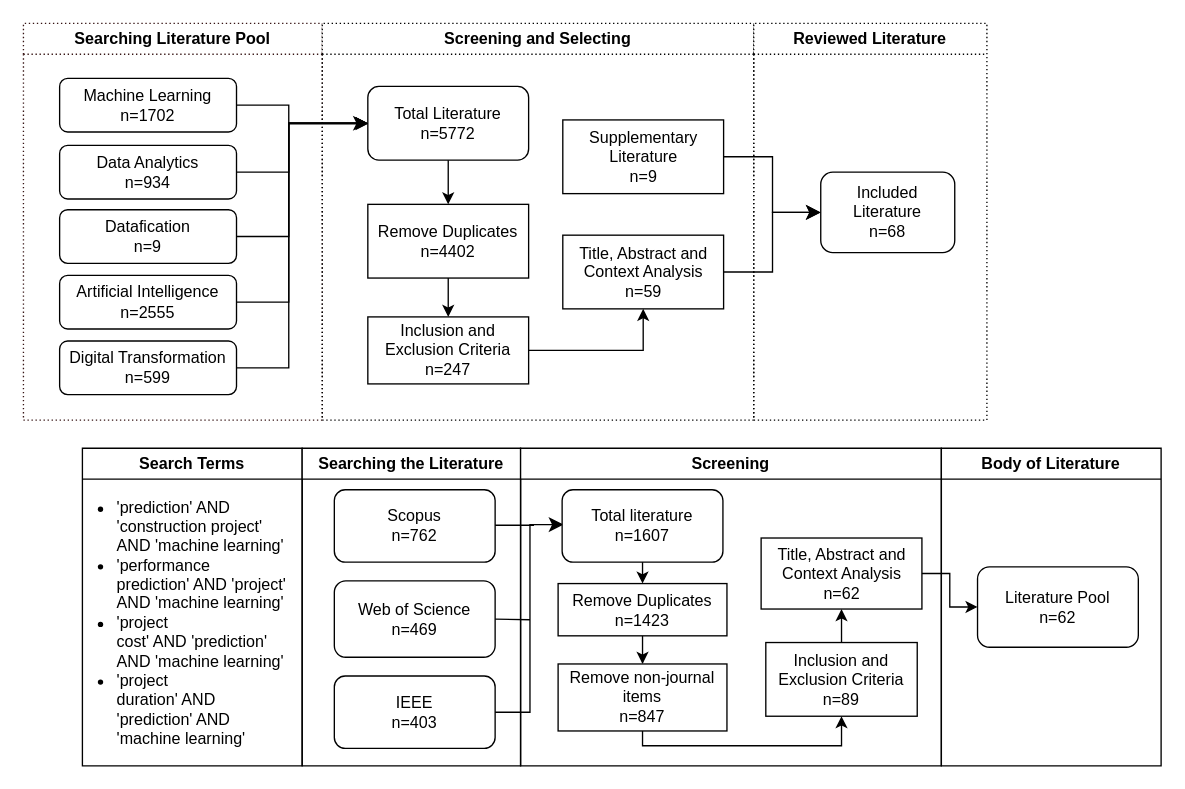
Earlier version of the draw.io diagram page "Page-1" (1 of 2) of literature process.drawio (datou7119/Figures). Source tidied: cells renumbered, new cells numbered last; positions are measured from the earlier drawing's top-left corner, leaving out a move shared by most shapes. Both pictures are drawn from the tidied source at 134%, with x=0, y=0 at pixel (23, 23).
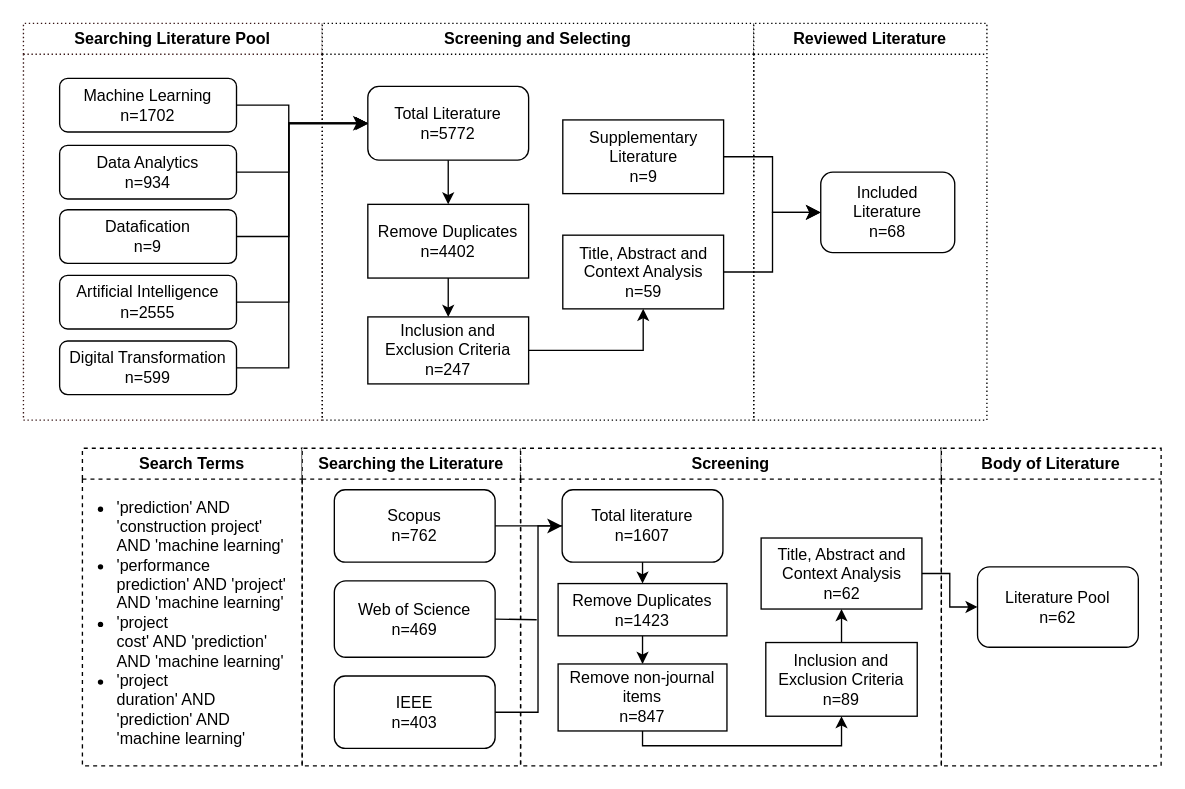
Above is the later version.

Unchanged cells that the change refers to:
```xml
<mxCell id="5" value="IEEE&lt;br&gt;n=403" style="rounded=1;whiteSpace=wrap;html=1;" parent="4" vertex="1">
  <mxGeometry x="24" y="170" width="120" height="54" as="geometry" />
</mxCell>
<mxCell id="6" value="Web of Science&lt;br&gt;n=469" style="rounded=1;whiteSpace=wrap;html=1;" parent="4" vertex="1">
  <mxGeometry x="24" y="99" width="120" height="57" as="geometry" />
</mxCell>
<mxCell id="7" value="Scopus&lt;br&gt;n=762" style="rounded=1;whiteSpace=wrap;html=1;" parent="4" vertex="1">
  <mxGeometry x="24" y="31" width="120" height="54" as="geometry" />
</mxCell>
<mxCell id="12" value="Total literature&lt;br&gt;n=1607" style="rounded=1;whiteSpace=wrap;html=1;" parent="10" vertex="1">
  <mxGeometry x="31" y="31" width="120" height="54" as="geometry" />
</mxCell>
```

Change to the diagram source:
```diff
@@
-    <mxCell id="2" value="Search Terms" style="swimlane;whiteSpace=wrap;html=1;" parent="1" vertex="1">
+    <mxCell id="2" value="Search Terms" style="swimlane;whiteSpace=wrap;html=1;dashed=1;" parent="1" vertex="1">
       <mxGeometry x="44" y="317" width="164" height="237" as="geometry" />
     </mxCell>
@@
-    <mxCell id="4" value="Searching the Literature" style="swimlane;whiteSpace=wrap;html=1;startSize=23;" parent="1" vertex="1">
+    <mxCell id="4" value="Searching the Literature" style="swimlane;whiteSpace=wrap;html=1;startSize=23;dashed=1;" parent="1" vertex="1">
       <mxGeometry x="208" y="317" width="163" height="237" as="geometry" />
     </mxCell>
@@
-    <mxCell id="8" style="edgeStyle=elbowEdgeStyle;elbow=horizontal;endArrow=classic;html=1;curved=0;rounded=0;endSize=8;startSize=8;exitX=1;exitY=0.5;exitDx=0;exitDy=0;" parent="4" edge="1" source="5">
-      <mxGeometry relative="1" as="geometry">
-        <mxPoint x="195" y="57" as="targetPoint" />
-      </mxGeometry>
-    </mxCell>
-    <mxCell id="9" style="endArrow=none;html=1;rounded=0;exitX=1;exitY=0.5;exitDx=0;exitDy=0;" parent="4" edge="1">
-      <mxGeometry relative="1" as="geometry">
-        <mxPoint x="144" y="57.5" as="sourcePoint" />
-        <mxPoint x="173" y="57.5" as="targetPoint" />
-      </mxGeometry>
-    </mxCell>
-    <mxCell id="10" value="Screening" style="swimlane;whiteSpace=wrap;html=1;" parent="1" vertex="1">
+    <mxCell id="10" value="Screening" style="swimlane;whiteSpace=wrap;html=1;dashed=1;" parent="1" vertex="1">
       <mxGeometry x="371" y="317" width="314" height="237" as="geometry" />
     </mxCell>
     <mxCell id="11" style="endArrow=none;html=1;rounded=0;exitX=1;exitY=0.5;exitDx=0;exitDy=0;" parent="10" edge="1" source="6">
       <mxGeometry relative="1" as="geometry">
-        <mxPoint x="7" y="128" as="targetPoint" />
+        <mxPoint x="12" y="128" as="targetPoint" />
       </mxGeometry>
     </mxCell>
@@
-    <mxCell id="21" value="Body of Literature" style="swimlane;whiteSpace=wrap;html=1;" parent="1" vertex="1">
+    <mxCell id="21" value="Body of Literature" style="swimlane;whiteSpace=wrap;html=1;dashed=1;" parent="1" vertex="1">
       <mxGeometry x="685" y="317" width="164" height="237" as="geometry" />
     </mxCell>
@@
+    <mxCell id="48" style="endArrow=none;html=1;rounded=0;exitX=1;exitY=0.5;exitDx=0;exitDy=0;" parent="1" edge="1" source="7" target="12">
+      <mxGeometry relative="1" as="geometry" />
+    </mxCell>
+    <mxCell id="8" style="edgeStyle=elbowEdgeStyle;elbow=horizontal;endArrow=classic;html=1;curved=0;rounded=0;endSize=8;startSize=8;exitX=1;exitY=0.5;exitDx=0;exitDy=0;entryX=0;entryY=0.5;entryDx=0;entryDy=0;" parent="1" edge="1" source="5" target="12">
+      <mxGeometry relative="1" as="geometry">
+        <Array as="points">
+          <mxPoint x="384" y="441" />
+        </Array>
+      </mxGeometry>
+    </mxCell>
```
